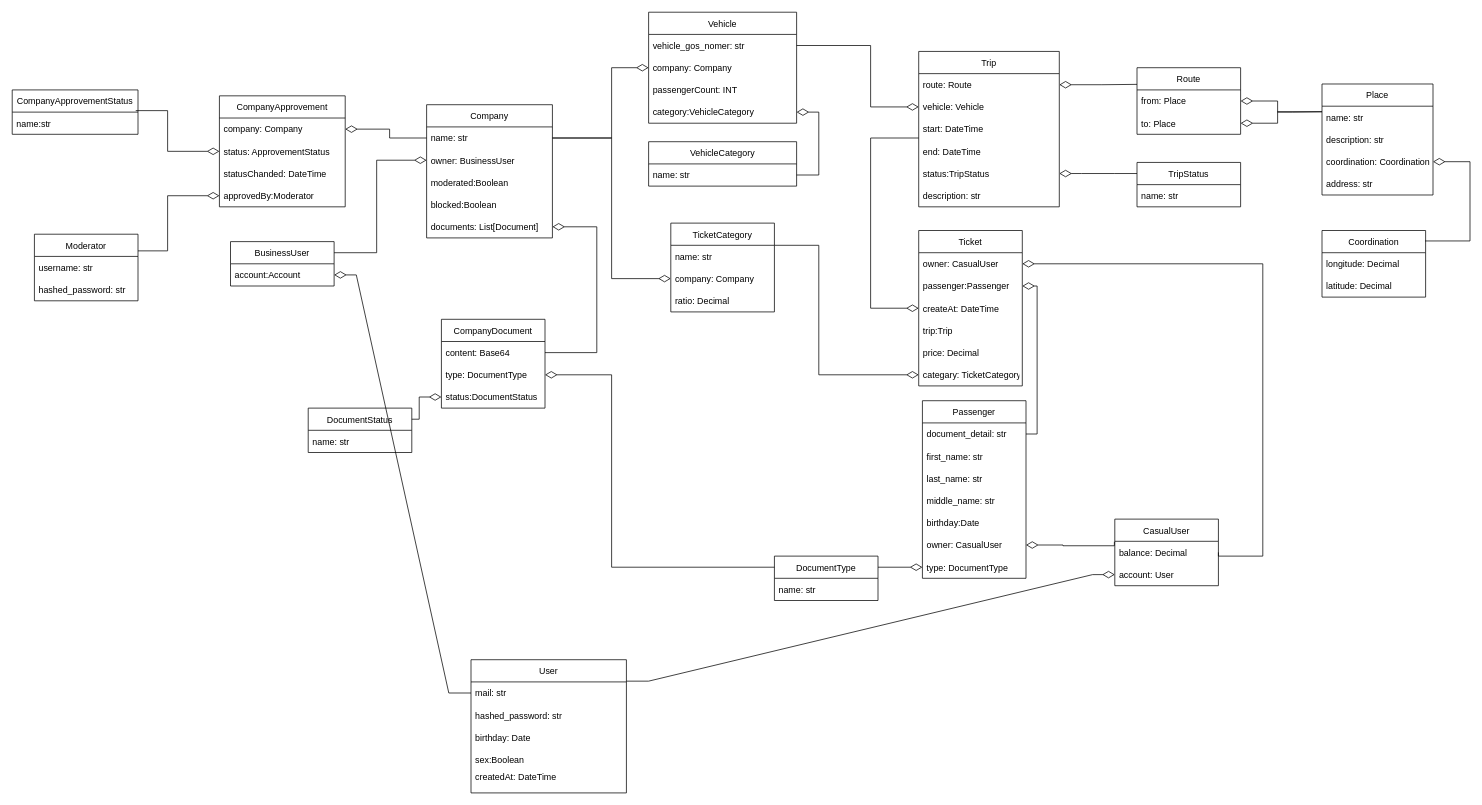
This is VehicleAggModels.drawio from vehicle-aggregator/docs, a draw.io file, before an edit. Source tidied: cells renumbered, new cells numbered last; positions are measured from the earlier drawing's top-left corner, leaving out a move shared by most shapes. Both pictures are drawn from the tidied source at 74%, with x=0, y=0 at pixel (12, 12).
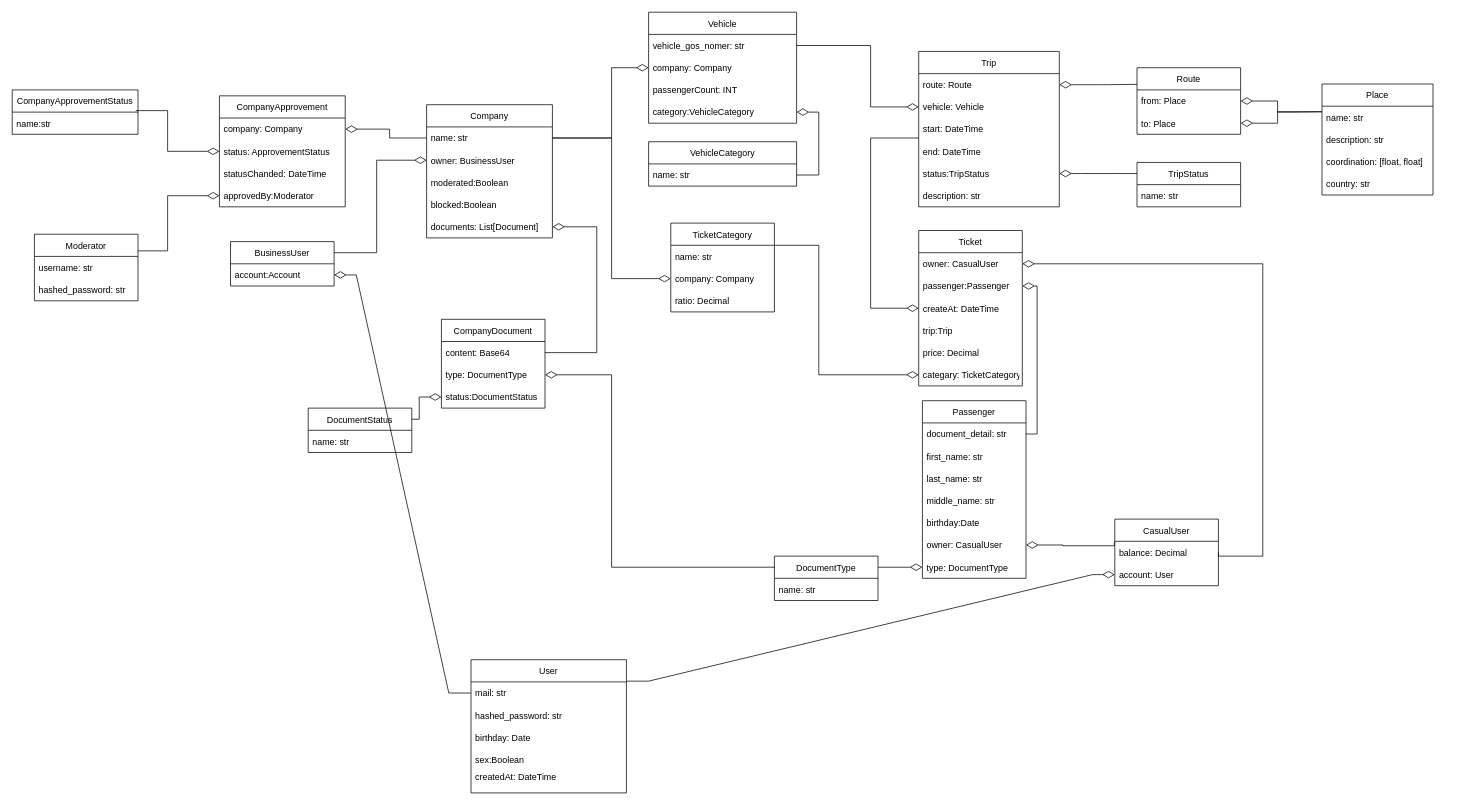
The same page after the edit.

The change refers to these unchanged cells:
```xml
<mxCell id="33" value="Place" style="swimlane;fontStyle=0;horizontal=1;startSize=30;" parent="1" vertex="1">
  <mxGeometry x="1770" y="97" width="150" height="150" as="geometry" />
</mxCell>
```

What changed in the source:
```diff
@@
-    <mxCell id="36" value="coordination: Coordination" style="text;strokeColor=none;fillColor=none;align=left;verticalAlign=middle;spacingLeft=4;spacingRight=4;overflow=hidden;points=[[0,0.5],[1,0.5]];portConstraint=eastwest;" parent="33" vertex="1">
+    <mxCell id="36" value="coordination: [float, float]" style="text;strokeColor=none;fillColor=none;align=left;verticalAlign=middle;spacingLeft=4;spacingRight=4;overflow=hidden;points=[[0,0.5],[1,0.5]];portConstraint=eastwest;" parent="33" vertex="1">
       <mxGeometry y="90" width="150" height="30" as="geometry" />
     </mxCell>
-    <mxCell id="37" value="address: str" style="text;strokeColor=none;fillColor=none;align=left;verticalAlign=middle;spacingLeft=4;spacingRight=4;overflow=hidden;" parent="33" vertex="1">
+    <mxCell id="37" value="country: str" style="text;strokeColor=none;fillColor=none;align=left;verticalAlign=middle;spacingLeft=4;spacingRight=4;overflow=hidden;" parent="33" vertex="1">
       <mxGeometry y="120" width="150" height="30" as="geometry" />
     </mxCell>
@@
-    <mxCell id="99" value="Coordination" style="swimlane;fontStyle=0;horizontal=1;startSize=30;" parent="1" vertex="1">
-      <mxGeometry x="1770" y="295" width="140" height="90" as="geometry" />
-    </mxCell>
-    <mxCell id="100" value="longitude: Decimal" style="text;strokeColor=none;fillColor=none;align=left;verticalAlign=middle;spacingLeft=4;spacingRight=4;overflow=hidden;" parent="99" vertex="1">
-      <mxGeometry y="30" width="140" height="30" as="geometry" />
-    </mxCell>
-    <mxCell id="101" value="latitude: Decimal" style="text;strokeColor=none;fillColor=none;align=left;verticalAlign=middle;spacingLeft=4;spacingRight=4;overflow=hidden;" parent="99" vertex="1">
-      <mxGeometry y="60" width="140" height="30" as="geometry" />
-    </mxCell>
-    <mxCell id="102" style="edgeStyle=orthogonalEdgeStyle;rounded=0;jettySize=auto;html=1;entryX=0.995;entryY=0.157;entryDx=0;entryDy=0;entryPerimeter=0;endArrow=none;endFill=0;startArrow=diamondThin;startFill=0;endSize=6;startSize=14;" parent="1" edge="1" source="36" target="99">
-      <mxGeometry relative="1" as="geometry">
-        <Array as="points">
-          <mxPoint x="1970" y="202" />
-          <mxPoint x="1970" y="309" />
-        </Array>
-      </mxGeometry>
-    </mxCell>
```
